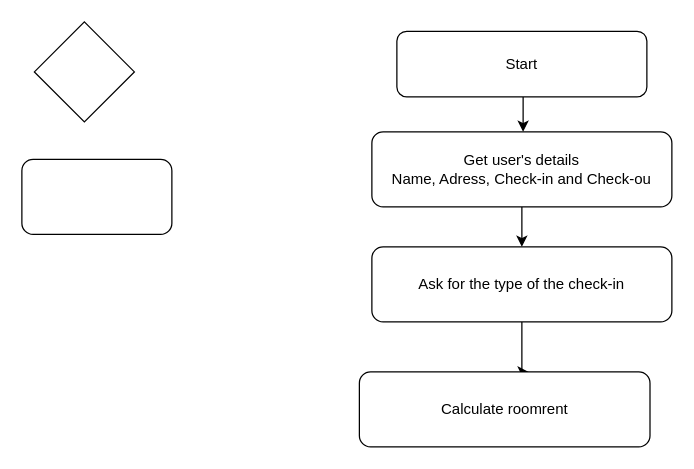
Before: assets/Hotel Management System UML.drawio in ouhoy/hotel_management_system, a draw.io diagram. Source tidied: cells renumbered, new cells numbered last; positions are measured from the earlier drawing's top-left corner, leaving out a move shared by most shapes. Both pictures are drawn from the tidied source at 125%, with x=0, y=0 at pixel (21, 21).
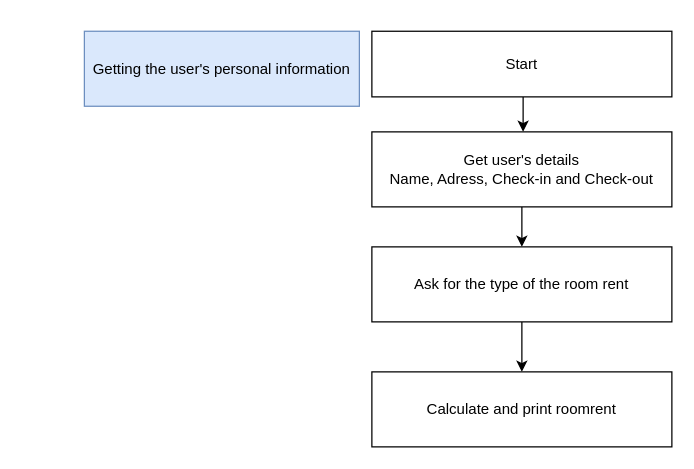
After the change.

Change to the diagram source:
```diff
@@
 <mxGraphModel>
   <root>
     <mxCell id="0" />
     <mxCell id="1" parent="0" />
     <mxCell id="2" style="edgeStyle=orthogonalEdgeStyle;rounded=0;jettySize=auto;html=1;" parent="1" edge="1" source="3" target="7">
       <mxGeometry relative="1" as="geometry">
         <Array as="points">
           <mxPoint x="401" y="70" />
           <mxPoint x="401" y="70" />
         </Array>
       </mxGeometry>
     </mxCell>
-    <mxCell id="3" value="Start" style="rounded=1;whiteSpace=wrap;html=1;" parent="1" vertex="1">
-      <mxGeometry x="300" y="7.5" width="200" height="52.5" as="geometry" />
+    <mxCell id="3" value="Start" style="rounded=1;whiteSpace=wrap;html=1;arcSize=0;" parent="1" vertex="1">
+      <mxGeometry x="280" y="7.5" width="240" height="52.5" as="geometry" />
     </mxCell>
-    <mxCell id="4" style="rhombus;whiteSpace=wrap;html=1;" parent="1" vertex="1">
-      <mxGeometry x="10" width="80" height="80" as="geometry" />
-    </mxCell>
-    <mxCell id="5" style="rounded=1;whiteSpace=wrap;html=1;" parent="1" vertex="1">
-      <mxGeometry y="110" width="120" height="60" as="geometry" />
-    </mxCell>
     <mxCell id="6" style="edgeStyle=orthogonalEdgeStyle;rounded=0;jettySize=auto;html=1;" parent="1" edge="1" source="7" target="9">
       <mxGeometry relative="1" as="geometry">
         <Array as="points">
           <mxPoint x="400" y="160" />
           <mxPoint x="400" y="160" />
         </Array>
       </mxGeometry>
     </mxCell>
-    <mxCell id="7" value="Get user's details&lt;br&gt;Name, Adress, Check-in and Check-ou" style="whiteSpace=wrap;html=1;rounded=1;" parent="1" vertex="1">
+    <mxCell id="7" value="Get user's details&lt;br&gt;Name, Adress, Check-in and Check-out" style="whiteSpace=wrap;html=1;rounded=1;arcSize=0;" parent="1" vertex="1">
       <mxGeometry x="280" y="88" width="240" height="60" as="geometry" />
     </mxCell>
-    <mxCell id="8" style="edgeStyle=orthogonalEdgeStyle;rounded=0;jettySize=auto;html=1;" parent="1" edge="1" source="9">
-      <mxGeometry relative="1" as="geometry">
-        <mxPoint x="405.5" y="280" as="targetPoint" />
-        <Array as="points">
-          <mxPoint x="400" y="260" />
-          <mxPoint x="400" y="280" />
-        </Array>
-      </mxGeometry>
-    </mxCell>
+    <mxCell id="11" style="edgeStyle=orthogonalEdgeStyle;rounded=0;jettySize=auto;html=1;" parent="1" edge="1" source="9" target="12">
+      <mxGeometry relative="1" as="geometry" />
+    </mxCell>
-    <mxCell id="9" value="Ask for the type of the check-in" style="whiteSpace=wrap;html=1;rounded=1;" parent="1" vertex="1">
+    <mxCell id="9" value="Ask for the type of the room rent" style="whiteSpace=wrap;html=1;rounded=1;arcSize=0;" parent="1" vertex="1">
       <mxGeometry x="280" y="180" width="240" height="60" as="geometry" />
     </mxCell>
-    <mxCell id="10" value="Calculate roomrent" style="whiteSpace=wrap;html=1;rounded=1;" parent="1" vertex="1">
-      <mxGeometry x="270" y="280" width="232.5" height="60" as="geometry" />
-    </mxCell>
+    <mxCell id="12" value="Calculate and print roomrent" style="whiteSpace=wrap;html=1;rounded=1;arcSize=0;" parent="1" vertex="1">
+      <mxGeometry x="280" y="280" width="240" height="60" as="geometry" />
+    </mxCell>
+    <mxCell id="13" value="Getting the user's personal information" style="rounded=0;whiteSpace=wrap;html=1;fillColor=#dae8fc;strokeColor=#6c8ebf;" parent="1" vertex="1">
+      <mxGeometry x="50" y="7.5" width="220" height="60" as="geometry" />
+    </mxCell>
   </root>
 </mxGraphModel>
```
